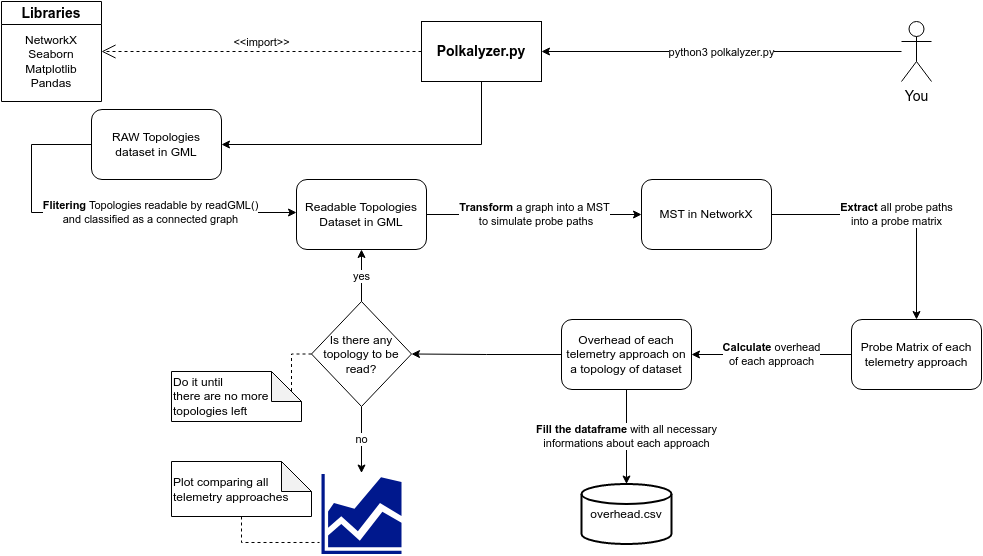
The draw.io diagram scalability/imgs/PolkalyzerBehavior.png in nerds-ufes/Polkalyzer, before a commit. Source tidied: cells renumbered, new cells last; positions are measured from the earlier drawing's top-left corner, leaving out a move shared by most shapes.
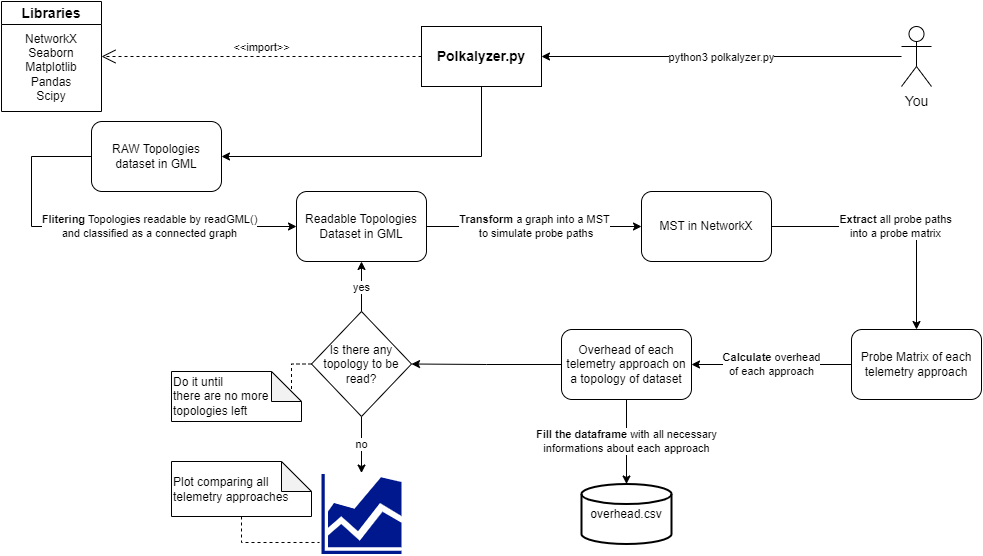
After the commit.

Commit message:
Scipy pip added

The edit, as a diff of the source:
```diff
@@ -2,35 +2,34 @@
   <root>
     <mxCell id="0" />
     <mxCell id="1" parent="0" />
-    <mxCell id="2" value="&lt;b&gt;Flitering&lt;/b&gt; Topologies readable by readGML()&lt;br&gt;and classified as a&amp;nbsp;connected graph" style="edgeStyle=orthogonalEdgeStyle;rounded=0;jettySize=auto;html=1;exitX=0;exitY=0.5;exitDx=0;exitDy=0;" parent="1" edge="1" source="3">
+    <mxCell id="2" value="&lt;b&gt;Flitering&lt;/b&gt; Topologies readable by readGML()&lt;br&gt;and classified as a&amp;nbsp;connected graph" style="edgeStyle=orthogonalEdgeStyle;rounded=0;jettySize=auto;html=1;exitX=0;exitY=0.5;exitDx=0;exitDy=0;entryX=0;entryY=0.5;entryDx=0;entryDy=0;" parent="1" edge="1" source="3" target="5">
       <mxGeometry x="0.26" relative="1" as="geometry">
-        <mxPoint x="295" y="211" as="targetPoint" />
         <Array as="points">
-          <mxPoint x="30" y="143" />
-          <mxPoint x="30" y="211" />
+          <mxPoint x="30" y="155" />
+          <mxPoint x="30" y="225" />
         </Array>
       </mxGeometry>
     </mxCell>
     <mxCell id="3" value="RAW Topologies dataset in GML" style="rounded=1;whiteSpace=wrap;html=1;" parent="1" vertex="1">
-      <mxGeometry x="90" y="108" width="130" height="70" as="geometry" />
+      <mxGeometry x="90" y="120" width="130" height="70" as="geometry" />
     </mxCell>
     <mxCell id="4" value="&lt;b style=&quot;&quot;&gt;Transform&lt;/b&gt; a graph into a MST&lt;br&gt;&amp;nbsp;to simulate probe paths" style="edgeStyle=orthogonalEdgeStyle;rounded=0;jettySize=auto;html=1;exitX=1;exitY=0.5;exitDx=0;exitDy=0;" parent="1" edge="1" source="5" target="7">
       <mxGeometry relative="1" as="geometry" />
     </mxCell>
     <mxCell id="5" value="Readable Topologies Dataset in GML" style="rounded=1;whiteSpace=wrap;html=1;" parent="1" vertex="1">
-      <mxGeometry x="295" y="178" width="130" height="70" as="geometry" />
+      <mxGeometry x="295" y="190" width="130" height="70" as="geometry" />
     </mxCell>
     <mxCell id="6" value="&lt;b&gt;Extract&lt;/b&gt; all probe paths&lt;br&gt;into a probe matrix" style="edgeStyle=orthogonalEdgeStyle;rounded=0;jettySize=auto;html=1;exitX=1;exitY=0.5;exitDx=0;exitDy=0;" parent="1" edge="1" source="7" target="9">
       <mxGeometry relative="1" as="geometry" />
     </mxCell>
     <mxCell id="7" value="MST in NetworkX" style="rounded=1;whiteSpace=wrap;html=1;" parent="1" vertex="1">
-      <mxGeometry x="640" y="178" width="130" height="70" as="geometry" />
+      <mxGeometry x="640" y="190" width="130" height="70" as="geometry" />
     </mxCell>
     <mxCell id="8" value="&lt;b&gt;Calculate&lt;/b&gt; overhead&lt;br&gt;of each approach" style="edgeStyle=orthogonalEdgeStyle;rounded=0;jettySize=auto;html=1;" parent="1" edge="1" source="9" target="12">
       <mxGeometry relative="1" as="geometry" />
     </mxCell>
     <mxCell id="9" value="Probe Matrix of each telemetry approach" style="rounded=1;whiteSpace=wrap;html=1;" parent="1" vertex="1">
-      <mxGeometry x="850" y="318" width="130" height="70" as="geometry" />
+      <mxGeometry x="850" y="328" width="130" height="70" as="geometry" />
     </mxCell>
     <mxCell id="10" value="&lt;b&gt;Fill the dataframe&lt;/b&gt; with all necessary&lt;br&gt;informations about each approach" style="edgeStyle=none;rounded=0;jettySize=auto;html=1;exitX=0.5;exitY=1;exitDx=0;exitDy=0;startArrow=none;startFill=0;endArrow=classic;endFill=1;entryX=0.5;entryY=0;entryDx=0;entryDy=0;entryPerimeter=0;" parent="1" edge="1" source="12" target="16">
       <mxGeometry relative="1" as="geometry" />
@@ -39,16 +38,18 @@
       <mxGeometry relative="1" as="geometry" />
     </mxCell>
     <mxCell id="12" value="Overhead of each telemetry approach on a topology of dataset" style="rounded=1;whiteSpace=wrap;html=1;" parent="1" vertex="1">
-      <mxGeometry x="560" y="318" width="130" height="70" as="geometry" />
+      <mxGeometry x="560" y="328" width="130" height="70" as="geometry" />
     </mxCell>
     <mxCell id="13" value="no" style="edgeStyle=orthogonalEdgeStyle;rounded=0;jettySize=auto;html=1;exitX=0.5;exitY=1;exitDx=0;exitDy=0;endArrow=classic;endFill=1;entryX=0.5;entryY=-0.012;entryDx=0;entryDy=0;entryPerimeter=0;" parent="1" edge="1" source="15" target="17">
       <mxGeometry relative="1" as="geometry" />
     </mxCell>
-    <mxCell id="14" style="edgeStyle=orthogonalEdgeStyle;rounded=0;jettySize=auto;html=1;exitX=0;exitY=0.5;exitDx=0;exitDy=0;dashed=1;endArrow=none;endFill=0;entryX=0;entryY=0;entryDx=130;entryDy=30;entryPerimeter=0;" parent="1" edge="1" source="15" target="19">
-      <mxGeometry relative="1" as="geometry" />
+    <mxCell id="14" style="edgeStyle=orthogonalEdgeStyle;rounded=0;jettySize=auto;html=1;exitX=0;exitY=0.5;exitDx=0;exitDy=0;dashed=1;endArrow=none;endFill=0;entryX=0;entryY=0;entryDx=130;entryDy=30;entryPerimeter=0;" parent="1" edge="1" source="15">
+      <mxGeometry relative="1" as="geometry">
+        <mxPoint x="300" y="410" as="targetPoint" />
+      </mxGeometry>
     </mxCell>
     <mxCell id="15" value="Is there any topology to be read?" style="rhombus;whiteSpace=wrap;html=1;" parent="1" vertex="1">
-      <mxGeometry x="310" y="300" width="100" height="105" as="geometry" />
+      <mxGeometry x="310" y="310" width="100" height="105" as="geometry" />
     </mxCell>
     <mxCell id="16" value="overhead.csv" style="strokeWidth=2;html=1;shape=mxgraph.flowchart.database;whiteSpace=wrap;" parent="1" vertex="1">
       <mxGeometry x="580" y="482.5" width="90" height="60" as="geometry" />
@@ -69,19 +70,19 @@
       <mxGeometry relative="1" as="geometry" />
     </mxCell>
     <mxCell id="22" value="&lt;b&gt;Polkalyzer.py&lt;/b&gt;" style="rounded=0;whiteSpace=wrap;html=1;fontSize=14;" parent="1" vertex="1">
-      <mxGeometry x="420" y="20" width="120" height="60" as="geometry" />
+      <mxGeometry x="420" y="25" width="120" height="60" as="geometry" />
     </mxCell>
     <mxCell id="23" value="&lt;font style=&quot;font-size: 11px;&quot;&gt;python3 polkalyzer.py&lt;/font&gt;" style="edgeStyle=orthogonalEdgeStyle;rounded=0;jettySize=auto;html=1;entryX=1;entryY=0.5;entryDx=0;entryDy=0;fontSize=14;endArrow=classic;endFill=1;" parent="1" edge="1" source="24" target="22">
       <mxGeometry relative="1" as="geometry" />
     </mxCell>
     <mxCell id="24" value="You" style="shape=umlActor;verticalLabelPosition=bottom;verticalAlign=top;html=1;outlineConnect=0;fontSize=14;" parent="1" vertex="1">
-      <mxGeometry x="900" y="20" width="30" height="60" as="geometry" />
+      <mxGeometry x="900" y="25" width="30" height="60" as="geometry" />
     </mxCell>
     <mxCell id="25" value="Libraries" style="swimlane;whiteSpace=wrap;html=1;fontSize=14;" parent="1" vertex="1">
-      <mxGeometry width="100" height="100" as="geometry" />
+      <mxGeometry width="100" height="110" as="geometry" />
     </mxCell>
-    <mxCell id="26" value="NetworkX&lt;br&gt;Seaborn&lt;br&gt;Matplotlib&lt;br&gt;Pandas" style="text;html=1;strokeColor=none;fillColor=none;align=center;verticalAlign=middle;whiteSpace=wrap;rounded=0;" parent="25" vertex="1">
-      <mxGeometry x="20" y="45" width="60" height="30" as="geometry" />
+    <mxCell id="26" value="NetworkX&lt;br&gt;Seaborn&lt;br&gt;Matplotlib&lt;br&gt;Pandas&lt;br&gt;Scipy" style="text;html=1;strokeColor=none;fillColor=none;align=center;verticalAlign=middle;whiteSpace=wrap;rounded=0;" parent="25" vertex="1">
+      <mxGeometry x="20" y="51" width="60" height="30" as="geometry" />
     </mxCell>
     <mxCell id="27" style="edgeStyle=orthogonalEdgeStyle;rounded=0;jettySize=auto;html=1;exitX=0.5;exitY=1;exitDx=0;exitDy=0;dashed=1;endArrow=none;endFill=0;exitPerimeter=0;entryX=-0.025;entryY=0.856;entryDx=0;entryDy=0;entryPerimeter=0;" parent="1" edge="1" source="18" target="17">
       <mxGeometry relative="1" as="geometry" />
```
